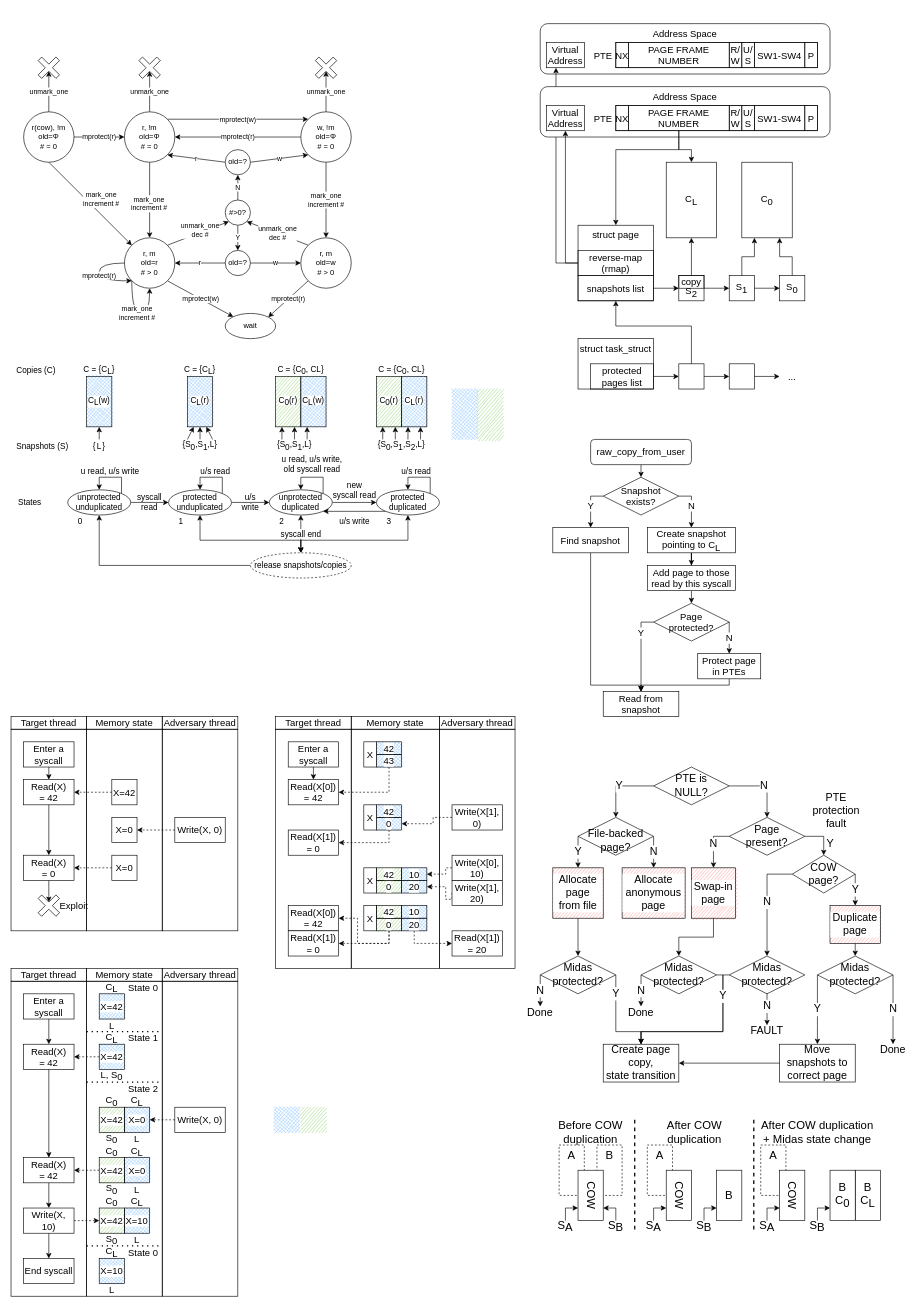
Before: img/midas.drawio in atrib/midas-paper, a draw.io diagram. Source tidied: cells renumbered, new cells numbered last; positions are measured from the earlier drawing's top-left corner, leaving out a move shared by most shapes. Both pictures are drawn from the tidied source at 63%, with x=0, y=0 at pixel (11, 11).
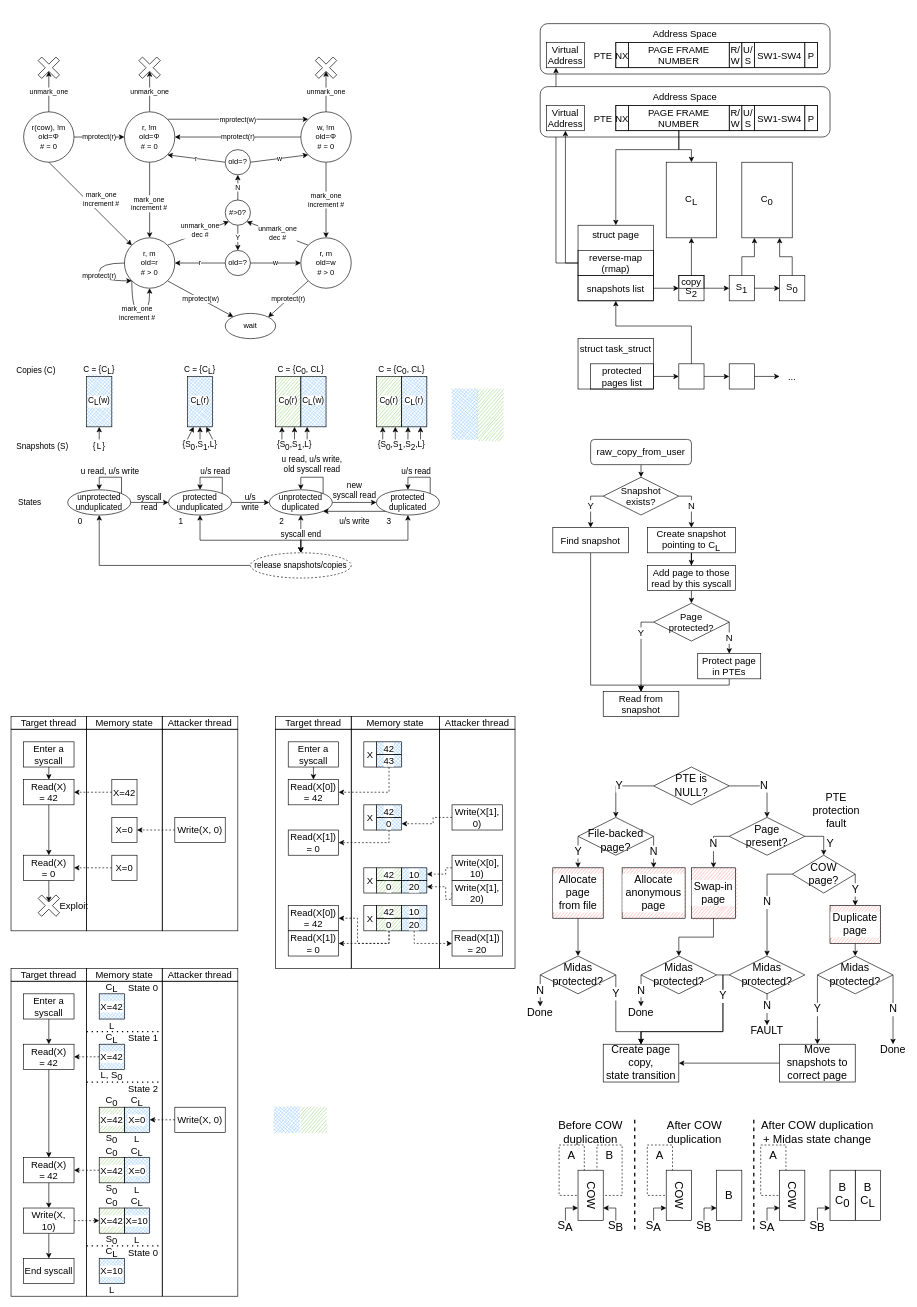
The same page after the edit.

Commit message (it also covers changes not shown here):
Changing adversary to attacker in images

The edit, as a diff of the source:
```diff
@@
-    <mxCell id="154" value="Adversary thread" style="rounded=0;whiteSpace=wrap;html=1;fillColor=none;fontSize=15;" parent="1" vertex="1">
+    <mxCell id="154" value="Attacker thread" style="rounded=0;whiteSpace=wrap;html=1;fillColor=none;fontSize=15;" parent="1" vertex="1">
       <mxGeometry x="240" y="1520" width="120" height="20" as="geometry" />
     </mxCell>
@@
-    <mxCell id="157" value="Adversary thread" style="rounded=0;whiteSpace=wrap;html=1;fillColor=none;fontSize=15;" parent="1" vertex="1">
+    <mxCell id="157" value="Attacker thread" style="rounded=0;whiteSpace=wrap;html=1;fillColor=none;fontSize=15;" parent="1" vertex="1">
       <mxGeometry x="240" y="1120" width="120" height="20" as="geometry" />
     </mxCell>
@@
-    <mxCell id="312" value="Adversary thread" style="rounded=0;whiteSpace=wrap;html=1;fillColor=none;fontSize=15;" parent="1" vertex="1">
+    <mxCell id="312" value="Attacker thread" style="rounded=0;whiteSpace=wrap;html=1;fillColor=none;fontSize=15;" parent="1" vertex="1">
       <mxGeometry x="680" y="1120" width="120" height="20" as="geometry" />
     </mxCell>
```
